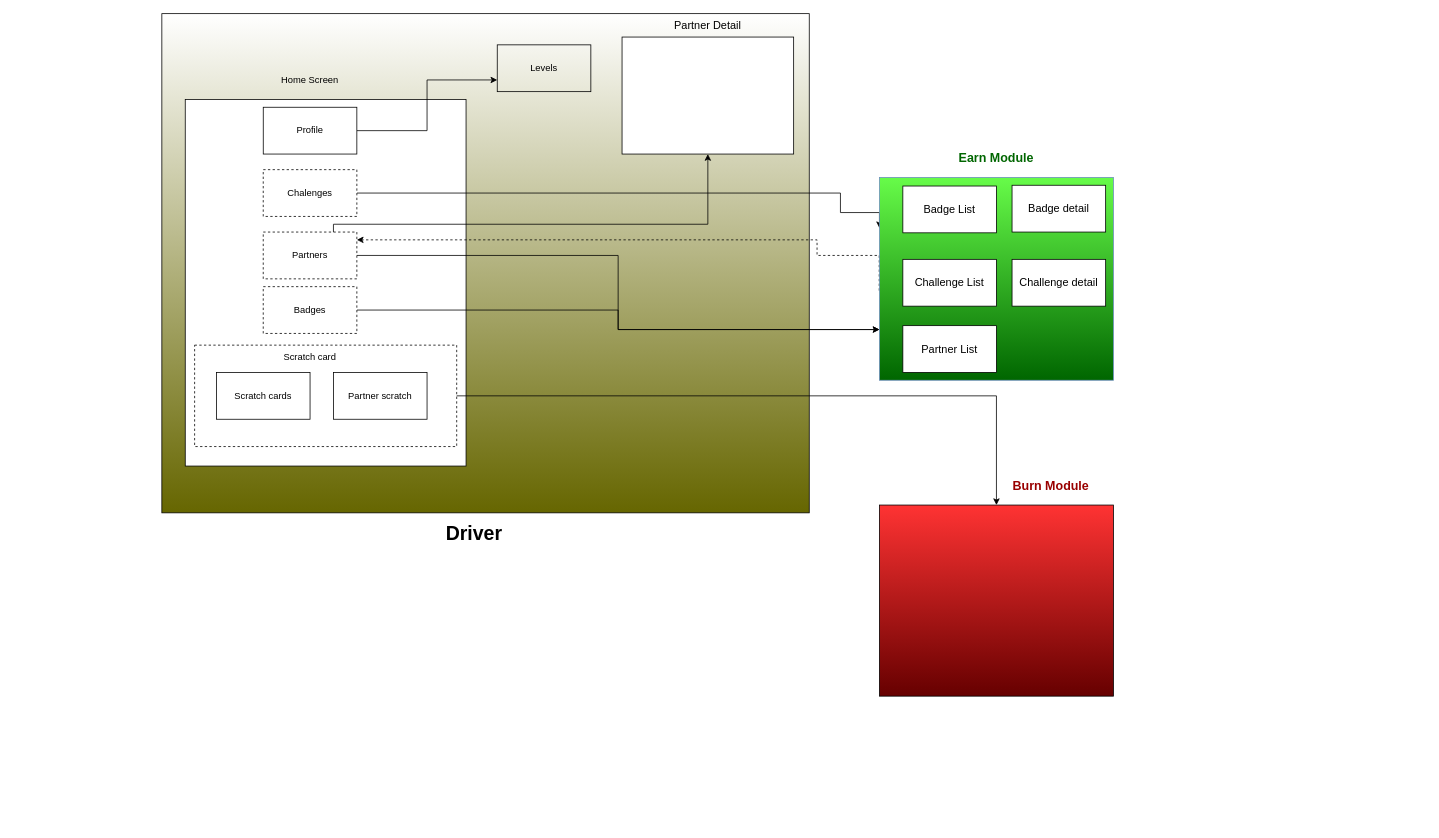
This is image/Untitled Diagram.drawio from jawad-ext/Dater, a draw.io file, before an edit. Source tidied: cells renumbered, new cells numbered last; positions are measured from the earlier drawing's top-left corner, leaving out a move shared by most shapes. Both pictures are drawn from the tidied source at 78%, with x=0, y=0 at pixel (161, 13).
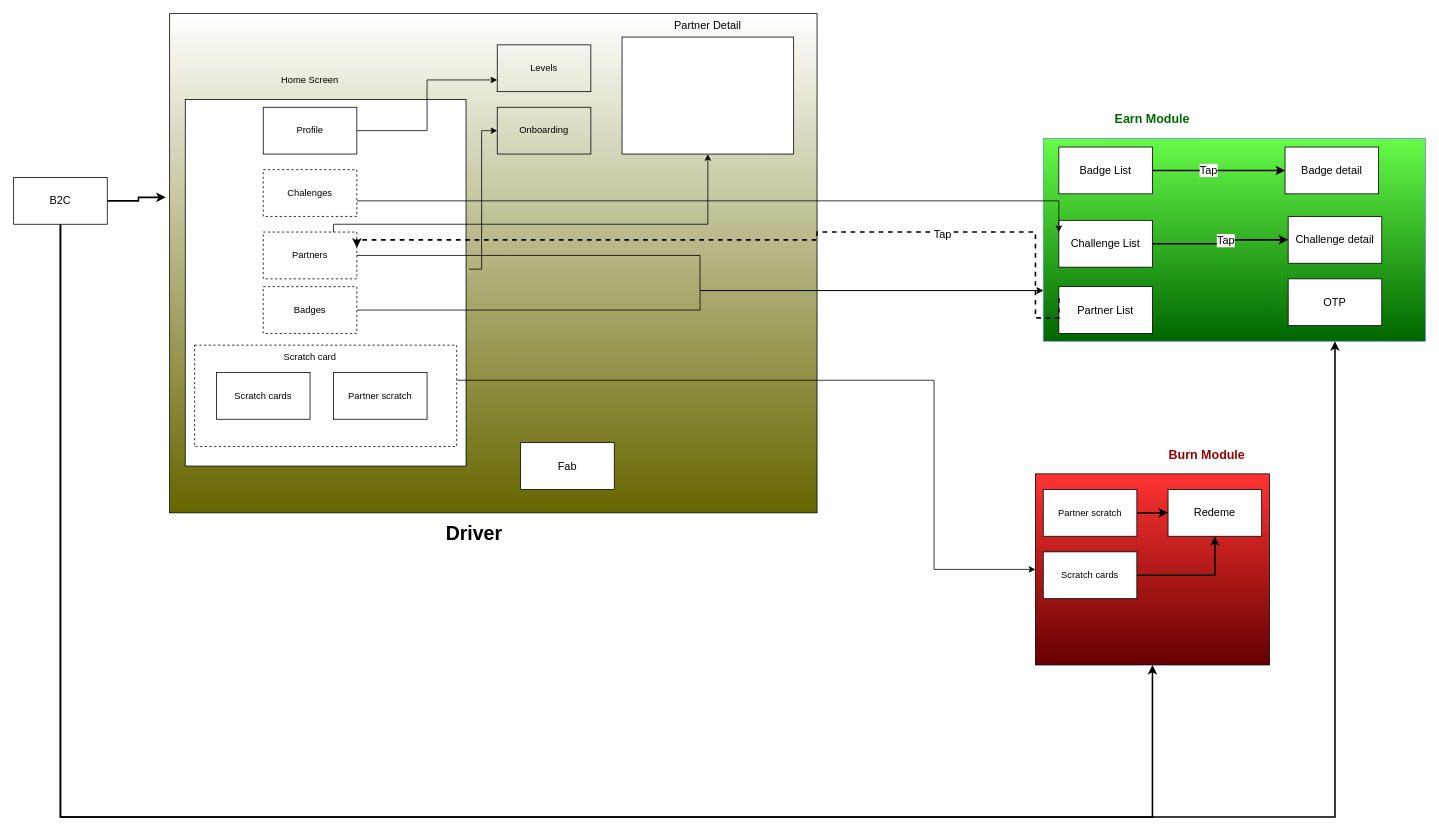
The same diagram, later.

Unchanged cells that the change refers to:
```xml
<mxCell id="3" style="rounded=0;whiteSpace=wrap;html=1;" parent="1" vertex="1">
  <mxGeometry x="30" y="110" width="360" height="470" as="geometry" />
</mxCell>
<mxCell id="7" value="Chalenges" style="rounded=0;whiteSpace=wrap;html=1;dashed=1;" parent="1" vertex="1">
  <mxGeometry x="130" y="200" width="120" height="60" as="geometry" />
</mxCell>
<mxCell id="11" style="rounded=0;whiteSpace=wrap;html=1;fillColor=none;dashed=1;" parent="1" vertex="1">
  <mxGeometry x="42" y="425" width="336" height="130" as="geometry" />
</mxCell>
```

The edit, as a diff of the source:
```diff
@@
     <mxCell id="2" style="rounded=0;whiteSpace=wrap;html=1;fontSize=16;fontColor=#990000;fillColor=default;gradientColor=#666600;" parent="1" vertex="1">
-      <mxGeometry width="830" height="640" as="geometry" />
+      <mxGeometry x="10" width="830" height="640" as="geometry" />
     </mxCell>
@@
-    <mxCell id="6" style="edgeStyle=orthogonalEdgeStyle;rounded=0;jettySize=auto;html=1;entryX=0;entryY=0.25;entryDx=0;entryDy=0;fontSize=16;fontColor=#006600;" parent="1" edge="1" source="7" target="21">
-      <mxGeometry relative="1" as="geometry">
-        <Array as="points">
-          <mxPoint x="870" y="230" />
-          <mxPoint x="870" y="255" />
-        </Array>
-      </mxGeometry>
-    </mxCell>
@@
     <mxCell id="10" style="edgeStyle=orthogonalEdgeStyle;rounded=0;jettySize=auto;html=1;fontSize=16;fontColor=#FFF4F0;" parent="1" edge="1" source="11" target="22">
-      <mxGeometry relative="1" as="geometry" />
+      <mxGeometry relative="1" as="geometry">
+        <Array as="points">
+          <mxPoint x="990" y="470" />
+        </Array>
+      </mxGeometry>
     </mxCell>
@@
-    <mxCell id="20" style="edgeStyle=orthogonalEdgeStyle;rounded=0;jettySize=auto;html=1;fontSize=16;fontColor=#006600;dashed=1;exitX=-0.001;exitY=0.558;exitDx=0;exitDy=0;exitPerimeter=0;" parent="1" edge="1" source="21">
-      <mxGeometry relative="1" as="geometry">
-        <mxPoint x="250" y="290" as="targetPoint" />
-        <Array as="points">
-          <mxPoint x="840" y="310" />
-          <mxPoint x="840" y="290" />
-          <mxPoint x="250" y="290" />
-        </Array>
-      </mxGeometry>
-    </mxCell>
     <mxCell id="21" style="rounded=0;whiteSpace=wrap;html=1;fillColor=#67FC49;strokeColor=#6c8ebf;gradientColor=#006600;" parent="1" vertex="1">
-      <mxGeometry x="920" y="210" width="300" height="260" as="geometry" />
+      <mxGeometry x="1130" y="160" width="490" height="260" as="geometry" />
     </mxCell>
     <mxCell id="22" style="rounded=0;whiteSpace=wrap;html=1;fontSize=16;fontColor=#FFF4F0;fillColor=#FF3333;gradientColor=#660000;" parent="1" vertex="1">
-      <mxGeometry x="920" y="630" width="300" height="245" as="geometry" />
+      <mxGeometry x="1120" y="590" width="300" height="245" as="geometry" />
     </mxCell>
     <mxCell id="23" value="&lt;b&gt;&lt;font color=&quot;#006600&quot;&gt;Earn Module&lt;/font&gt;&lt;/b&gt;" style="text;html=1;strokeColor=none;fillColor=none;align=center;verticalAlign=middle;whiteSpace=wrap;rounded=0;fontSize=16;fontColor=#FFF4F0;" parent="1" vertex="1">
-      <mxGeometry x="1010" y="170" width="120" height="30" as="geometry" />
+      <mxGeometry x="1210" y="120" width="120" height="30" as="geometry" />
     </mxCell>
     <mxCell id="24" value="&lt;b style=&quot;caret-color: rgb(255, 244, 240);&quot;&gt;&lt;font color=&quot;#990000&quot;&gt;Burn Module&lt;/font&gt;&lt;/b&gt;" style="text;html=1;strokeColor=none;fillColor=none;align=center;verticalAlign=middle;whiteSpace=wrap;rounded=0;fontSize=16;fontColor=#006600;" parent="1" vertex="1">
-      <mxGeometry x="1080" y="590" width="120" height="30" as="geometry" />
+      <mxGeometry x="1280" y="550" width="120" height="30" as="geometry" />
     </mxCell>
@@
     <mxCell id="26" value="Badge detail" style="rounded=0;whiteSpace=wrap;html=1;fontSize=14;fontColor=#000000;fillColor=default;gradientColor=none;" parent="1" vertex="1">
-      <mxGeometry x="1090" y="220" width="120" height="60" as="geometry" />
+      <mxGeometry x="1440" y="171" width="120" height="60" as="geometry" />
     </mxCell>
@@
     <mxCell id="29" value="Challenge detail" style="rounded=0;whiteSpace=wrap;html=1;fontSize=14;fontColor=#000000;fillColor=default;gradientColor=none;" parent="1" vertex="1">
-      <mxGeometry x="1090" y="315" width="120" height="60" as="geometry" />
+      <mxGeometry x="1444" y="260" width="120" height="60" as="geometry" />
     </mxCell>
+    <mxCell id="33" style="edgeStyle=orthogonalEdgeStyle;rounded=0;jettySize=auto;html=1;entryX=0;entryY=0.5;entryDx=0;entryDy=0;fontSize=14;fontColor=#000000;startArrow=none;startFill=0;endArrow=classic;endFill=1;strokeWidth=2;" parent="1" edge="1" source="30" target="29">
+      <mxGeometry relative="1" as="geometry" />
+    </mxCell>
+    <mxCell id="34" value="Tap" style="edgeLabel;html=1;align=center;verticalAlign=middle;fontSize=14;fontColor=#000000;" parent="33" vertex="1">
+      <mxGeometry x="0.09" relative="1" as="geometry" />
+    </mxCell>
     <mxCell id="30" value="Challenge List" style="rounded=0;whiteSpace=wrap;html=1;fontSize=14;fontColor=#000000;fillColor=default;gradientColor=none;" parent="1" vertex="1">
-      <mxGeometry x="950" y="315" width="120" height="60" as="geometry" />
+      <mxGeometry x="1150" y="265" width="120" height="60" as="geometry" />
     </mxCell>
+    <mxCell id="35" style="edgeStyle=orthogonalEdgeStyle;rounded=0;jettySize=auto;html=1;entryX=0;entryY=0.5;entryDx=0;entryDy=0;fontSize=14;fontColor=#000000;startArrow=none;startFill=0;endArrow=classic;endFill=1;strokeWidth=2;" parent="1" edge="1" source="31" target="26">
+      <mxGeometry relative="1" as="geometry" />
+    </mxCell>
+    <mxCell id="36" value="Tap&lt;br&gt;" style="edgeLabel;html=1;align=center;verticalAlign=middle;fontSize=14;fontColor=#000000;" parent="35" vertex="1">
+      <mxGeometry x="-0.11" y="-6" relative="1" as="geometry">
+        <mxPoint x="-5" y="-7" as="offset" />
+      </mxGeometry>
+    </mxCell>
     <mxCell id="31" value="Badge List" style="rounded=0;whiteSpace=wrap;html=1;fontSize=14;fontColor=#000000;fillColor=default;gradientColor=none;" parent="1" vertex="1">
-      <mxGeometry x="950" y="221" width="120" height="60" as="geometry" />
+      <mxGeometry x="1150" y="171" width="120" height="60" as="geometry" />
     </mxCell>
     <mxCell id="32" value="Partner List" style="rounded=0;whiteSpace=wrap;html=1;fontSize=14;fontColor=#000000;fillColor=default;gradientColor=none;" parent="1" vertex="1">
-      <mxGeometry x="950" y="400" width="120" height="60" as="geometry" />
+      <mxGeometry x="1150" y="350" width="120" height="60" as="geometry" />
     </mxCell>
+    <mxCell id="37" value="Redeme" style="rounded=0;whiteSpace=wrap;html=1;fontSize=14;fontColor=#000000;fillColor=default;gradientColor=none;" parent="1" vertex="1">
+      <mxGeometry x="1290" y="610" width="120" height="60" as="geometry" />
+    </mxCell>
+    <mxCell id="38" style="edgeStyle=orthogonalEdgeStyle;rounded=0;jettySize=auto;html=1;exitX=1;exitY=0.5;exitDx=0;exitDy=0;entryX=0;entryY=0.5;entryDx=0;entryDy=0;fontSize=14;fontColor=#000000;startArrow=none;startFill=0;endArrow=classic;endFill=1;strokeWidth=2;" parent="1" edge="1" source="39" target="37">
+      <mxGeometry relative="1" as="geometry" />
+    </mxCell>
+    <mxCell id="39" value="Partner scratch" style="rounded=0;whiteSpace=wrap;html=1;" parent="1" vertex="1">
+      <mxGeometry x="1130" y="610" width="120" height="60" as="geometry" />
+    </mxCell>
+    <mxCell id="40" style="edgeStyle=orthogonalEdgeStyle;rounded=0;jettySize=auto;html=1;exitX=1;exitY=0.5;exitDx=0;exitDy=0;entryX=0.5;entryY=1;entryDx=0;entryDy=0;fontSize=14;fontColor=#000000;startArrow=none;startFill=0;endArrow=classic;endFill=1;strokeWidth=2;" parent="1" edge="1" source="41" target="37">
+      <mxGeometry relative="1" as="geometry" />
+    </mxCell>
+    <mxCell id="41" value="Scratch cards" style="rounded=0;whiteSpace=wrap;html=1;" parent="1" vertex="1">
+      <mxGeometry x="1130" y="690" width="120" height="60" as="geometry" />
+    </mxCell>
+    <mxCell id="42" style="edgeStyle=orthogonalEdgeStyle;rounded=0;jettySize=auto;html=1;entryX=1.011;entryY=0.463;entryDx=0;entryDy=0;entryPerimeter=0;fontSize=14;fontColor=#000000;startArrow=classic;startFill=1;endArrow=none;endFill=0;" parent="1" edge="1" source="43" target="3">
+      <mxGeometry relative="1" as="geometry">
+        <Array as="points">
+          <mxPoint x="410" y="150" />
+          <mxPoint x="410" y="328" />
+        </Array>
+      </mxGeometry>
+    </mxCell>
+    <mxCell id="43" value="Onboarding" style="rounded=0;whiteSpace=wrap;html=1;fillColor=none;" parent="1" vertex="1">
+      <mxGeometry x="430" y="120" width="120" height="60" as="geometry" />
+    </mxCell>
+    <mxCell id="20" style="edgeStyle=orthogonalEdgeStyle;rounded=0;jettySize=auto;html=1;fontSize=16;fontColor=#006600;dashed=1;exitX=0;exitY=0.25;exitDx=0;exitDy=0;strokeWidth=2;" parent="1" edge="1" source="32">
+      <mxGeometry relative="1" as="geometry">
+        <mxPoint x="250" y="300" as="targetPoint" />
+        <Array as="points">
+          <mxPoint x="1150" y="390" />
+          <mxPoint x="1120" y="390" />
+          <mxPoint x="1120" y="280" />
+          <mxPoint x="840" y="280" />
+          <mxPoint x="840" y="290" />
+          <mxPoint x="250" y="290" />
+        </Array>
+      </mxGeometry>
+    </mxCell>
+    <mxCell id="44" value="Tap" style="edgeLabel;html=1;align=center;verticalAlign=middle;fontSize=14;fontColor=#000000;" parent="20" vertex="1">
+      <mxGeometry x="-0.46" y="2" relative="1" as="geometry" />
+    </mxCell>
+    <mxCell id="6" style="edgeStyle=orthogonalEdgeStyle;rounded=0;jettySize=auto;html=1;fontSize=16;fontColor=#006600;entryX=0;entryY=0.25;entryDx=0;entryDy=0;" parent="1" edge="1" source="7" target="30">
+      <mxGeometry relative="1" as="geometry">
+        <Array as="points">
+          <mxPoint x="1150" y="240" />
+        </Array>
+      </mxGeometry>
+    </mxCell>
+    <mxCell id="45" value="OTP" style="rounded=0;whiteSpace=wrap;html=1;fontSize=14;fontColor=#000000;fillColor=default;gradientColor=none;" parent="1" vertex="1">
+      <mxGeometry x="1444" y="340" width="120" height="60" as="geometry" />
+    </mxCell>
+    <mxCell id="46" style="edgeStyle=orthogonalEdgeStyle;rounded=0;jettySize=auto;html=1;fontSize=14;fontColor=#000000;startArrow=none;startFill=0;endArrow=classic;endFill=1;strokeWidth=2;entryX=-0.006;entryY=0.368;entryDx=0;entryDy=0;entryPerimeter=0;" parent="1" edge="1" source="49" target="2">
+      <mxGeometry relative="1" as="geometry" />
+    </mxCell>
+    <mxCell id="47" style="edgeStyle=orthogonalEdgeStyle;rounded=0;jettySize=auto;html=1;fontSize=14;fontColor=#000000;startArrow=none;startFill=0;endArrow=classic;endFill=1;strokeWidth=2;" parent="1" edge="1" source="49" target="21">
+      <mxGeometry relative="1" as="geometry">
+        <Array as="points">
+          <mxPoint x="-130" y="1030" />
+          <mxPoint x="1504" y="1030" />
+        </Array>
+      </mxGeometry>
+    </mxCell>
+    <mxCell id="48" style="edgeStyle=orthogonalEdgeStyle;rounded=0;jettySize=auto;html=1;entryX=0.5;entryY=1;entryDx=0;entryDy=0;fontSize=14;fontColor=#000000;startArrow=none;startFill=0;endArrow=classic;endFill=1;strokeWidth=2;" parent="1" edge="1" source="49" target="22">
+      <mxGeometry relative="1" as="geometry">
+        <Array as="points">
+          <mxPoint x="-130" y="1030" />
+          <mxPoint x="1270" y="1030" />
+        </Array>
+      </mxGeometry>
+    </mxCell>
+    <mxCell id="49" value="B2C" style="rounded=0;whiteSpace=wrap;html=1;fontSize=14;fontColor=#000000;fillColor=default;gradientColor=none;" parent="1" vertex="1">
+      <mxGeometry x="-190" y="210" width="120" height="60" as="geometry" />
+    </mxCell>
+    <mxCell id="50" value="Fab" style="rounded=0;whiteSpace=wrap;html=1;fontSize=14;fontColor=#000000;fillColor=default;gradientColor=none;" parent="1" vertex="1">
+      <mxGeometry x="460" y="550" width="120" height="60" as="geometry" />
+    </mxCell>
```
